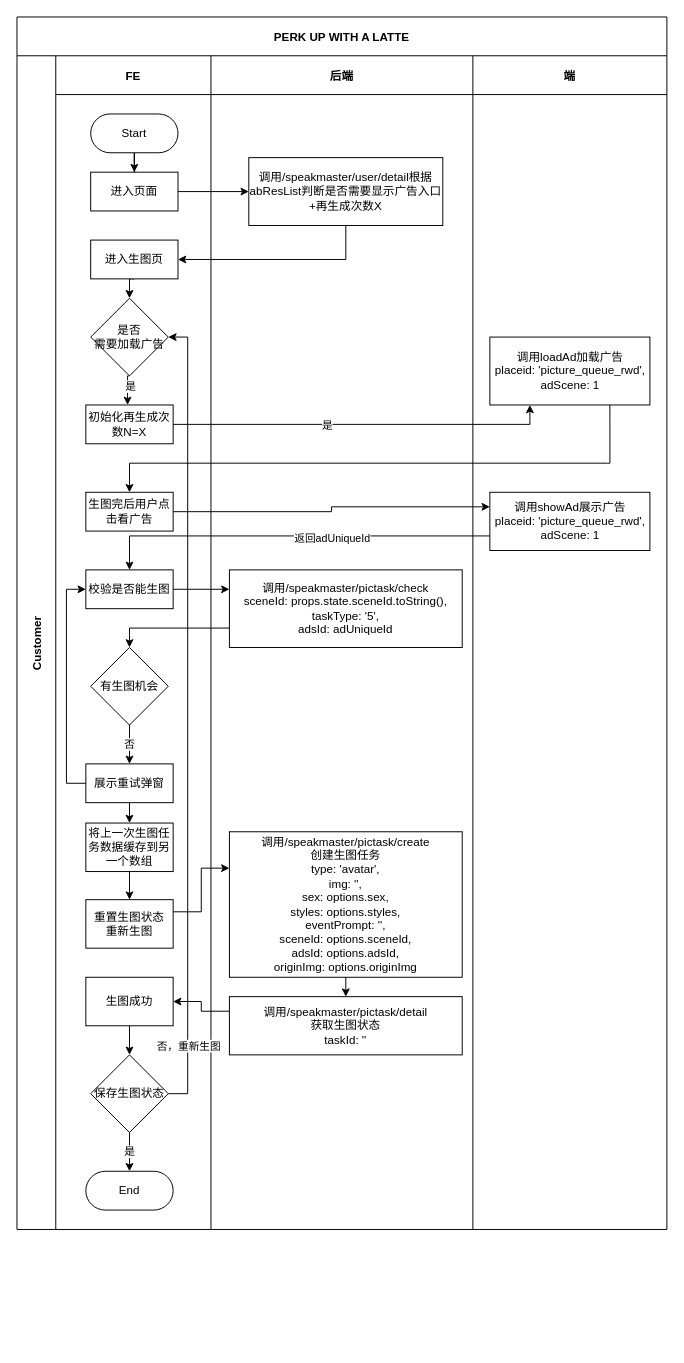
Earlier version of the draw.io diagram watchAD.drawio (LeeGenD/draw.io). Source tidied: cells renumbered, new cells numbered last; positions are measured from the earlier drawing's top-left corner, leaving out a move shared by most shapes. Both pictures are drawn from the tidied source at 97%, with x=0, y=0 at pixel (16, 16).
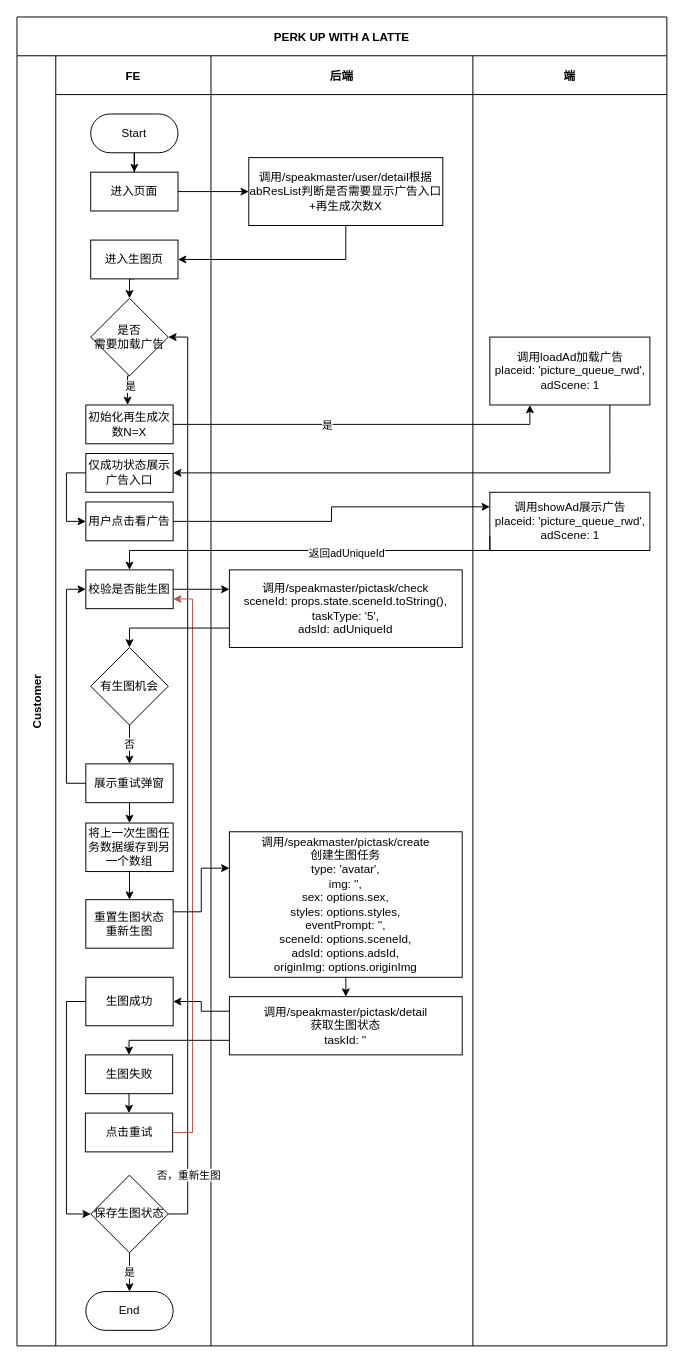
After the change.

Unchanged cells that the change refers to:
```xml
<mxCell id="15" value="校验是否能生图" style="rounded=0;whiteSpace=wrap;html=1;" parent="4" vertex="1">
  <mxGeometry x="31" y="530" width="90" height="40" as="geometry" />
</mxCell>
<mxCell id="25" value="生图成功" style="rounded=0;whiteSpace=wrap;html=1;" parent="4" vertex="1">
  <mxGeometry x="31" y="950" width="90" height="50" as="geometry" />
</mxCell>
<mxCell id="27" style="edgeStyle=orthogonalEdgeStyle;rounded=0;jettySize=auto;html=1;exitX=1;exitY=0.5;exitDx=0;exitDy=0;entryX=1;entryY=0.5;entryDx=0;entryDy=0;" parent="4" edge="1" source="29" target="12">
  <mxGeometry relative="1" as="geometry" />
</mxCell>
<mxCell id="35" value="调用/speakmaster/pictask/detail&lt;div&gt;获取生图状态&lt;br&gt;&lt;div&gt;taskId: ''&lt;/div&gt;&lt;/div&gt;" style="rounded=0;whiteSpace=wrap;html=1;" parent="31" vertex="1">
  <mxGeometry x="19" y="970" width="240" height="60" as="geometry" />
</mxCell>
<mxCell id="38" value="调用loadAd加载广告&lt;div&gt;placeid: 'picture_queue_rwd', adScene: 1&lt;br&gt;&lt;/div&gt;" style="rounded=0;whiteSpace=wrap;html=1;" parent="37" vertex="1">
  <mxGeometry x="17.5" y="290" width="165" height="70" as="geometry" />
</mxCell>
<mxCell id="39" value="调用showAd展示广告&lt;div&gt;placeid: 'picture_queue_rwd', adScene: 1&lt;br&gt;&lt;/div&gt;" style="rounded=0;whiteSpace=wrap;html=1;" parent="37" vertex="1">
  <mxGeometry x="17.5" y="450" width="165" height="60" as="geometry" />
</mxCell>
```

The edit, as a diff of the source:
```diff
@@
     <mxCell id="2" value="PERK UP WITH A LATTE" style="shape=table;childLayout=tableLayout;startSize=40;fillColor=none;fontStyle=1;" parent="1" vertex="1">
-      <mxGeometry width="670" height="1250" as="geometry" />
+      <mxGeometry width="670" height="1370" as="geometry" />
     </mxCell>
     <mxCell id="3" value="Customer" style="shape=tableRow;horizontal=0;swimlaneHead=0;swimlaneBody=0;top=0;left=0;bottom=0;right=0;fillColor=none;startSize=40;fontStyle=1;" parent="2" vertex="1">
-      <mxGeometry y="40" width="670" height="1210" as="geometry" />
+      <mxGeometry y="40" width="670" height="1330" as="geometry" />
     </mxCell>
     <mxCell id="4" value="FE" style="swimlane;swimlaneHead=0;swimlaneBody=0;fillColor=none;startSize=40;fontStyle=1;" parent="3" vertex="1">
-      <mxGeometry x="40" width="160" height="1210" as="geometry" />
+      <mxGeometry x="40" width="160" height="1330" as="geometry" />
     </mxCell>
@@
-    <mxCell id="14" value="生图完后用户点击看广告" style="rounded=0;whiteSpace=wrap;html=1;" parent="4" vertex="1">
-      <mxGeometry x="31" y="450" width="90" height="40" as="geometry" />
+    <mxCell id="14" value="用户点击看广告" style="rounded=0;whiteSpace=wrap;html=1;" parent="4" vertex="1">
+      <mxGeometry x="31" y="460" width="90" height="40" as="geometry" />
     </mxCell>
@@
-    <mxCell id="24" style="edgeStyle=orthogonalEdgeStyle;rounded=0;jettySize=auto;html=1;exitX=0.5;exitY=1;exitDx=0;exitDy=0;entryX=0.5;entryY=0;entryDx=0;entryDy=0;" parent="4" edge="1" source="25" target="29">
+    <mxCell id="24" style="edgeStyle=orthogonalEdgeStyle;rounded=0;jettySize=auto;html=1;exitX=0;exitY=0.5;exitDx=0;exitDy=0;entryX=0;entryY=0.5;entryDx=0;entryDy=0;" parent="4" edge="1" source="25" target="29">
       <mxGeometry relative="1" as="geometry" />
     </mxCell>
@@
     <mxCell id="28" value="否，重新生图" style="edgeLabel;html=1;align=center;verticalAlign=middle;" parent="27" vertex="1">
       <mxGeometry x="-0.83" y="1" relative="1" as="geometry">
-        <mxPoint x="1" as="offset" />
+        <mxPoint x="1" y="19" as="offset" />
       </mxGeometry>
     </mxCell>
     <mxCell id="29" value="保存生图状态&lt;div&gt;&lt;/div&gt;" style="rhombus;whiteSpace=wrap;html=1;" parent="4" vertex="1">
-      <mxGeometry x="36" y="1030" width="80" height="80" as="geometry" />
+      <mxGeometry x="36" y="1154" width="80" height="80" as="geometry" />
     </mxCell>
     <mxCell id="30" value="End" style="rounded=1;whiteSpace=wrap;html=1;arcSize=50;" parent="4" vertex="1">
-      <mxGeometry x="31" y="1150" width="90" height="40" as="geometry" />
+      <mxGeometry x="31" y="1274" width="90" height="40" as="geometry" />
     </mxCell>
+    <mxCell id="52" style="edgeStyle=orthogonalEdgeStyle;rounded=0;jettySize=auto;html=1;exitX=0;exitY=0.5;exitDx=0;exitDy=0;entryX=0;entryY=0.5;entryDx=0;entryDy=0;" parent="4" edge="1" source="53" target="14">
+      <mxGeometry relative="1" as="geometry" />
+    </mxCell>
+    <mxCell id="53" value="仅成功状态展示广告入口" style="rounded=0;whiteSpace=wrap;html=1;" parent="4" vertex="1">
+      <mxGeometry x="31" y="410" width="90" height="40" as="geometry" />
+    </mxCell>
+    <mxCell id="54" style="edgeStyle=orthogonalEdgeStyle;rounded=0;jettySize=auto;html=1;exitX=0.5;exitY=1;exitDx=0;exitDy=0;entryX=0.5;entryY=0;entryDx=0;entryDy=0;" parent="4" edge="1" source="55" target="56">
+      <mxGeometry relative="1" as="geometry" />
+    </mxCell>
+    <mxCell id="55" value="生图失败" style="rounded=0;whiteSpace=wrap;html=1;" parent="4" vertex="1">
+      <mxGeometry x="30.5" y="1030" width="90" height="40" as="geometry" />
+    </mxCell>
+    <mxCell id="56" value="点击重试" style="rounded=0;whiteSpace=wrap;html=1;" parent="4" vertex="1">
+      <mxGeometry x="30.5" y="1090" width="90" height="40" as="geometry" />
+    </mxCell>
+    <mxCell id="57" style="edgeStyle=orthogonalEdgeStyle;rounded=0;jettySize=auto;html=1;exitX=1;exitY=0.5;exitDx=0;exitDy=0;entryX=1;entryY=0.75;entryDx=0;entryDy=0;fillColor=#f8cecc;strokeColor=#b85450;" parent="4" edge="1" source="56" target="15">
+      <mxGeometry relative="1" as="geometry" />
+    </mxCell>
     <mxCell id="31" value="后端" style="swimlane;swimlaneHead=0;swimlaneBody=0;fillColor=none;startSize=40;fontStyle=1;" parent="3" vertex="1">
-      <mxGeometry x="200" width="270" height="1210" as="geometry" />
+      <mxGeometry x="200" width="270" height="1330" as="geometry" />
     </mxCell>
@@
     <mxCell id="37" value="端" style="swimlane;swimlaneHead=0;swimlaneBody=0;fillColor=none;startSize=40;fontStyle=1;" parent="3" vertex="1">
-      <mxGeometry x="470" width="200" height="1210" as="geometry" />
+      <mxGeometry x="470" width="200" height="1330" as="geometry" />
     </mxCell>
@@
-    <mxCell id="44" style="edgeStyle=orthogonalEdgeStyle;rounded=0;jettySize=auto;html=1;exitX=0.75;exitY=1;exitDx=0;exitDy=0;entryX=0.5;entryY=0;entryDx=0;entryDy=0;" parent="3" edge="1" source="38" target="14">
-      <mxGeometry relative="1" as="geometry">
-        <Array as="points">
-          <mxPoint x="609" y="420" />
-          <mxPoint x="100" y="420" />
-        </Array>
-      </mxGeometry>
-    </mxCell>
@@
     <mxCell id="46" style="edgeStyle=orthogonalEdgeStyle;rounded=0;jettySize=auto;html=1;exitX=0;exitY=0.75;exitDx=0;exitDy=0;entryX=0.5;entryY=0;entryDx=0;entryDy=0;" parent="3" edge="1" source="39" target="15">
-      <mxGeometry relative="1" as="geometry" />
+      <mxGeometry relative="1" as="geometry">
+        <Array as="points">
+          <mxPoint x="488" y="510" />
+          <mxPoint x="116" y="510" />
+        </Array>
+      </mxGeometry>
     </mxCell>
@@
+    <mxCell id="58" style="edgeStyle=orthogonalEdgeStyle;rounded=0;jettySize=auto;html=1;exitX=0.75;exitY=1;exitDx=0;exitDy=0;entryX=1;entryY=0.5;entryDx=0;entryDy=0;" parent="3" edge="1" source="38" target="53">
+      <mxGeometry relative="1" as="geometry" />
+    </mxCell>
+    <mxCell id="59" style="edgeStyle=orthogonalEdgeStyle;rounded=0;jettySize=auto;html=1;exitX=0;exitY=0.75;exitDx=0;exitDy=0;entryX=0.5;entryY=0;entryDx=0;entryDy=0;" parent="3" edge="1" source="35" target="55">
+      <mxGeometry relative="1" as="geometry">
+        <Array as="points">
+          <mxPoint x="116" y="1015" />
+        </Array>
+      </mxGeometry>
+    </mxCell>
```
